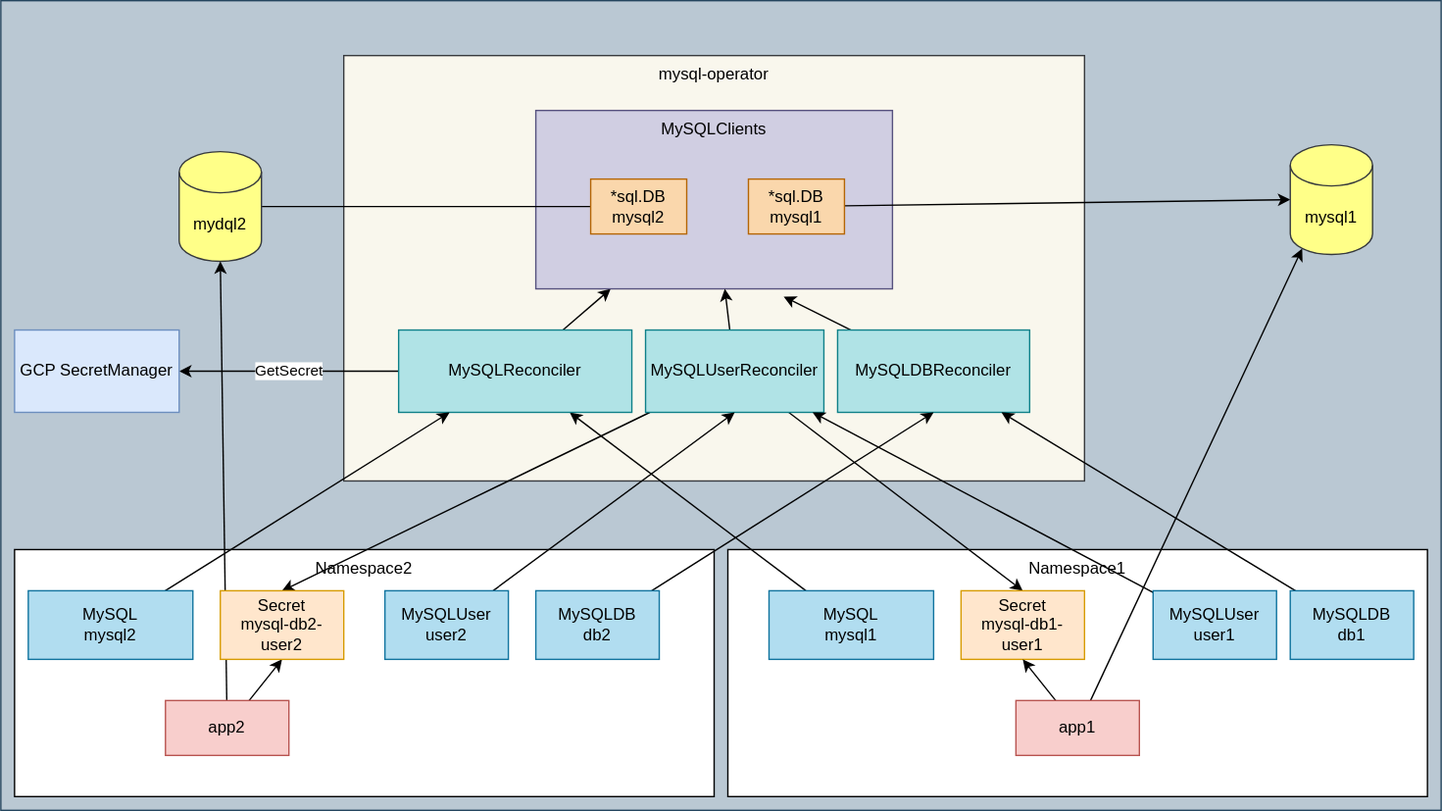
Above: docs/diagram.drawio.svg in nakamasato/mysql-operator (draw.io), before the change. Source tidied: cells renumbered, new cells last; positions are measured from the earlier drawing's top-left corner, leaving out a move shared by most shapes.
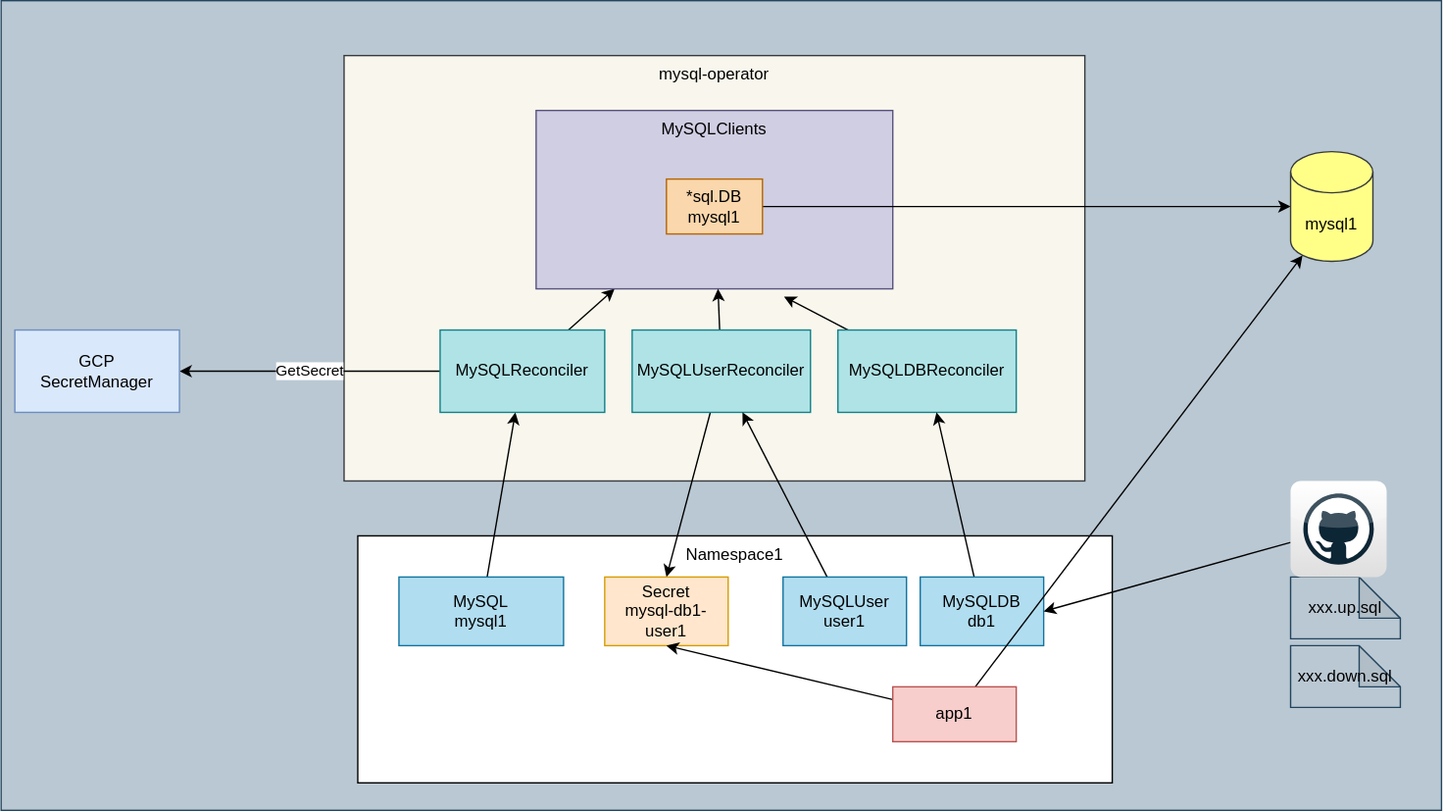
After the commit.

Diff of the diagram source:
```diff
@@ -5,11 +5,8 @@
     <mxCell id="2" style="rounded=0;whiteSpace=wrap;html=1;fillColor=#bac8d3;strokeColor=#23445d;" parent="1" vertex="1">
       <mxGeometry width="1050" height="590" as="geometry" />
     </mxCell>
-    <mxCell id="3" value="Namespace2" style="rounded=0;whiteSpace=wrap;html=1;verticalAlign=top;" parent="1" vertex="1">
-      <mxGeometry x="10" y="400" width="510" height="180" as="geometry" />
-    </mxCell>
     <mxCell id="4" value="Namespace1" style="rounded=0;whiteSpace=wrap;html=1;verticalAlign=top;" parent="1" vertex="1">
-      <mxGeometry x="530" y="400" width="510" height="180" as="geometry" />
+      <mxGeometry x="260" y="390" width="550" height="180" as="geometry" />
     </mxCell>
     <mxCell id="5" value="mysql-operator" style="rounded=0;whiteSpace=wrap;html=1;fillColor=#f9f7ed;strokeColor=#36393d;verticalAlign=top;" parent="1" vertex="1">
       <mxGeometry x="250" y="40" width="540" height="310" as="geometry" />
@@ -18,7 +15,7 @@
       <mxGeometry relative="1" as="geometry" />
     </mxCell>
     <mxCell id="7" value="MySQL&lt;br&gt;mysql1" style="rounded=0;whiteSpace=wrap;html=1;fillColor=#b1ddf0;strokeColor=#10739e;" parent="1" vertex="1">
-      <mxGeometry x="560" y="430" width="120" height="50" as="geometry" />
+      <mxGeometry x="290" y="420" width="120" height="50" as="geometry" />
     </mxCell>
     <mxCell id="8" style="edgeStyle=none;html=1;" parent="1" edge="1" source="10" target="11">
       <mxGeometry relative="1" as="geometry" />
@@ -27,7 +24,7 @@
       <mxGeometry relative="1" as="geometry" />
     </mxCell>
     <mxCell id="10" value="MySQLReconciler" style="rounded=0;whiteSpace=wrap;html=1;fillColor=#b0e3e6;strokeColor=#0e8088;" parent="1" vertex="1">
-      <mxGeometry x="290" y="240" width="170" height="60" as="geometry" />
+      <mxGeometry x="320" y="240" width="120" height="60" as="geometry" />
     </mxCell>
     <mxCell id="11" value="MySQLClients" style="rounded=0;whiteSpace=wrap;html=1;fillColor=#d0cee2;strokeColor=#56517e;verticalAlign=top;" parent="1" vertex="1">
       <mxGeometry x="390" y="80" width="260" height="130" as="geometry" />
@@ -38,56 +35,38 @@
     <mxCell id="13" style="edgeStyle=none;html=1;entryX=0.5;entryY=0;entryDx=0;entryDy=0;" parent="1" edge="1" source="15" target="30">
       <mxGeometry relative="1" as="geometry" />
     </mxCell>
-    <mxCell id="14" style="edgeStyle=none;html=1;entryX=0.5;entryY=0;entryDx=0;entryDy=0;" parent="1" edge="1" source="15" target="37">
-      <mxGeometry relative="1" as="geometry" />
-    </mxCell>
     <mxCell id="15" value="MySQLUserReconciler" style="rounded=0;whiteSpace=wrap;html=1;fillColor=#b0e3e6;strokeColor=#0e8088;" parent="1" vertex="1">
-      <mxGeometry x="470" y="240" width="130" height="60" as="geometry" />
+      <mxGeometry x="460" y="240" width="130" height="60" as="geometry" />
     </mxCell>
     <mxCell id="16" style="edgeStyle=none;html=1;entryX=0.695;entryY=1.043;entryDx=0;entryDy=0;entryPerimeter=0;" parent="1" edge="1" source="17" target="11">
       <mxGeometry relative="1" as="geometry" />
     </mxCell>
     <mxCell id="17" value="MySQLDBReconciler" style="rounded=0;whiteSpace=wrap;html=1;fillColor=#b0e3e6;strokeColor=#0e8088;" parent="1" vertex="1">
-      <mxGeometry x="610" y="240" width="140" height="60" as="geometry" />
+      <mxGeometry x="610" y="240" width="130" height="60" as="geometry" />
     </mxCell>
-    <mxCell id="18" style="edgeStyle=none;html=1;" parent="1" edge="1" source="19" target="10">
-      <mxGeometry relative="1" as="geometry" />
-    </mxCell>
-    <mxCell id="19" value="MySQL&lt;br&gt;mysql2" style="rounded=0;whiteSpace=wrap;html=1;fillColor=#b1ddf0;strokeColor=#10739e;" parent="1" vertex="1">
-      <mxGeometry x="20" y="430" width="120" height="50" as="geometry" />
-    </mxCell>
     <mxCell id="20" style="edgeStyle=none;html=1;entryX=0;entryY=0.5;entryDx=0;entryDy=0;entryPerimeter=0;" parent="1" edge="1" source="21" target="24">
       <mxGeometry relative="1" as="geometry" />
     </mxCell>
     <mxCell id="21" value="*sql.DB&lt;br&gt;mysql1" style="rounded=0;whiteSpace=wrap;html=1;fillColor=#fad7ac;strokeColor=#b46504;" parent="1" vertex="1">
-      <mxGeometry x="545" y="130" width="70" height="40" as="geometry" />
+      <mxGeometry x="485" y="130" width="70" height="40" as="geometry" />
     </mxCell>
-    <mxCell id="22" style="edgeStyle=none;html=1;entryX=0;entryY=0.5;entryDx=0;entryDy=0;entryPerimeter=0;" parent="1" edge="1" source="23" target="25">
-      <mxGeometry relative="1" as="geometry" />
-    </mxCell>
-    <mxCell id="23" value="*sql.DB&lt;br&gt;mysql2" style="rounded=0;whiteSpace=wrap;html=1;fillColor=#fad7ac;strokeColor=#b46504;" parent="1" vertex="1">
-      <mxGeometry x="430" y="130" width="70" height="40" as="geometry" />
-    </mxCell>
     <mxCell id="24" value="mysql1" style="shape=cylinder3;whiteSpace=wrap;html=1;boundedLbl=1;backgroundOutline=1;size=15;fillColor=#ffff88;strokeColor=#36393d;" parent="1" vertex="1">
-      <mxGeometry x="940" y="105" width="60" height="80" as="geometry" />
+      <mxGeometry x="940" y="110" width="60" height="80" as="geometry" />
     </mxCell>
-    <mxCell id="25" value="mydql2" style="shape=cylinder3;whiteSpace=wrap;html=1;boundedLbl=1;backgroundOutline=1;size=15;fillColor=#ffff88;strokeColor=#36393d;" parent="1" vertex="1">
-      <mxGeometry x="130" y="110" width="60" height="80" as="geometry" />
-    </mxCell>
     <mxCell id="26" style="edgeStyle=none;html=1;" parent="1" edge="1" source="27" target="17">
       <mxGeometry relative="1" as="geometry" />
     </mxCell>
     <mxCell id="27" value="MySQLDB&lt;br&gt;db1" style="rounded=0;whiteSpace=wrap;html=1;fillColor=#b1ddf0;strokeColor=#10739e;" parent="1" vertex="1">
-      <mxGeometry x="940" y="430" width="90" height="50" as="geometry" />
+      <mxGeometry x="670" y="420" width="90" height="50" as="geometry" />
     </mxCell>
     <mxCell id="28" style="edgeStyle=none;html=1;" parent="1" edge="1" source="29" target="15">
       <mxGeometry relative="1" as="geometry" />
     </mxCell>
     <mxCell id="29" value="MySQLUser&lt;br&gt;user1" style="rounded=0;whiteSpace=wrap;html=1;fillColor=#b1ddf0;strokeColor=#10739e;" parent="1" vertex="1">
-      <mxGeometry x="840" y="430" width="90" height="50" as="geometry" />
+      <mxGeometry x="570" y="420" width="90" height="50" as="geometry" />
     </mxCell>
     <mxCell id="30" value="Secret&lt;br&gt;mysql-db1-user1" style="rounded=0;whiteSpace=wrap;html=1;fillColor=#ffe6cc;strokeColor=#d79b00;" parent="1" vertex="1">
-      <mxGeometry x="700" y="430" width="90" height="50" as="geometry" />
+      <mxGeometry x="440" y="420" width="90" height="50" as="geometry" />
     </mxCell>
     <mxCell id="31" style="edgeStyle=none;html=1;entryX=0.5;entryY=1;entryDx=0;entryDy=0;" parent="1" edge="1" source="33" target="30">
       <mxGeometry relative="1" as="geometry" />
@@ -96,34 +75,24 @@
       <mxGeometry relative="1" as="geometry" />
     </mxCell>
     <mxCell id="33" value="app1" style="rounded=0;whiteSpace=wrap;html=1;fillColor=#f8cecc;strokeColor=#b85450;" parent="1" vertex="1">
-      <mxGeometry x="740" y="510" width="90" height="40" as="geometry" />
+      <mxGeometry x="650" y="500" width="90" height="40" as="geometry" />
     </mxCell>
-    <mxCell id="34" style="edgeStyle=none;html=1;entryX=0.5;entryY=1;entryDx=0;entryDy=0;" parent="1" edge="1" source="36" target="37">
-      <mxGeometry relative="1" as="geometry" />
-    </mxCell>
-    <mxCell id="35" style="edgeStyle=none;html=1;entryX=0.5;entryY=1;entryDx=0;entryDy=0;entryPerimeter=0;" parent="1" edge="1" source="36" target="25">
-      <mxGeometry relative="1" as="geometry" />
-    </mxCell>
-    <mxCell id="36" value="app2" style="rounded=0;whiteSpace=wrap;html=1;fillColor=#f8cecc;strokeColor=#b85450;" parent="1" vertex="1">
-      <mxGeometry x="120" y="510" width="90" height="40" as="geometry" />
-    </mxCell>
-    <mxCell id="37" value="Secret&lt;br&gt;mysql-db2-user2" style="rounded=0;whiteSpace=wrap;html=1;fillColor=#ffe6cc;strokeColor=#d79b00;" parent="1" vertex="1">
-      <mxGeometry x="160" y="430" width="90" height="50" as="geometry" />
-    </mxCell>
-    <mxCell id="38" style="edgeStyle=none;html=1;entryX=0.5;entryY=1;entryDx=0;entryDy=0;" parent="1" edge="1" source="39" target="15">
-      <mxGeometry relative="1" as="geometry" />
-    </mxCell>
-    <mxCell id="39" value="MySQLUser&lt;br&gt;user2" style="rounded=0;whiteSpace=wrap;html=1;fillColor=#b1ddf0;strokeColor=#10739e;" parent="1" vertex="1">
-      <mxGeometry x="280" y="430" width="90" height="50" as="geometry" />
-    </mxCell>
-    <mxCell id="40" style="edgeStyle=none;html=1;entryX=0.5;entryY=1;entryDx=0;entryDy=0;" parent="1" edge="1" source="41" target="17">
-      <mxGeometry relative="1" as="geometry" />
-    </mxCell>
-    <mxCell id="41" value="MySQLDB&lt;br&gt;db2" style="rounded=0;whiteSpace=wrap;html=1;fillColor=#b1ddf0;strokeColor=#10739e;" parent="1" vertex="1">
-      <mxGeometry x="390" y="430" width="90" height="50" as="geometry" />
-    </mxCell>
-    <mxCell id="42" value="GCP SecretManager" style="rounded=0;whiteSpace=wrap;html=1;fillColor=#dae8fc;strokeColor=#6c8ebf;" parent="1" vertex="1">
+    <mxCell id="42" value="GCP&lt;br&gt;SecretManager" style="rounded=0;whiteSpace=wrap;html=1;fillColor=#dae8fc;strokeColor=#6c8ebf;" parent="1" vertex="1">
       <mxGeometry x="10" y="240" width="120" height="60" as="geometry" />
     </mxCell>
+    <mxCell id="43" style="edgeStyle=none;html=1;" parent="1" edge="1" source="46">
+      <mxGeometry relative="1" as="geometry">
+        <mxPoint x="760" y="445" as="targetPoint" />
+      </mxGeometry>
+    </mxCell>
+    <mxCell id="44" value="xxx.up.sql" style="shape=note;whiteSpace=wrap;html=1;backgroundOutline=1;darkOpacity=0.05;fillColor=#bac8d3;strokeColor=#23445d;" parent="1" vertex="1">
+      <mxGeometry x="940" y="420" width="80" height="45" as="geometry" />
+    </mxCell>
+    <mxCell id="45" value="xxx.down.sql" style="shape=note;whiteSpace=wrap;html=1;backgroundOutline=1;darkOpacity=0.05;fillColor=#bac8d3;strokeColor=#23445d;" parent="1" vertex="1">
+      <mxGeometry x="940" y="470" width="80" height="45" as="geometry" />
+    </mxCell>
+    <mxCell id="46" style="dashed=0;outlineConnect=0;html=1;align=center;labelPosition=center;verticalLabelPosition=bottom;verticalAlign=top;shape=mxgraph.webicons.github;gradientColor=#DFDEDE;" parent="1" vertex="1">
+      <mxGeometry x="940" y="350" width="70" height="70" as="geometry" />
+    </mxCell>
   </root>
 </mxGraphModel>
```
